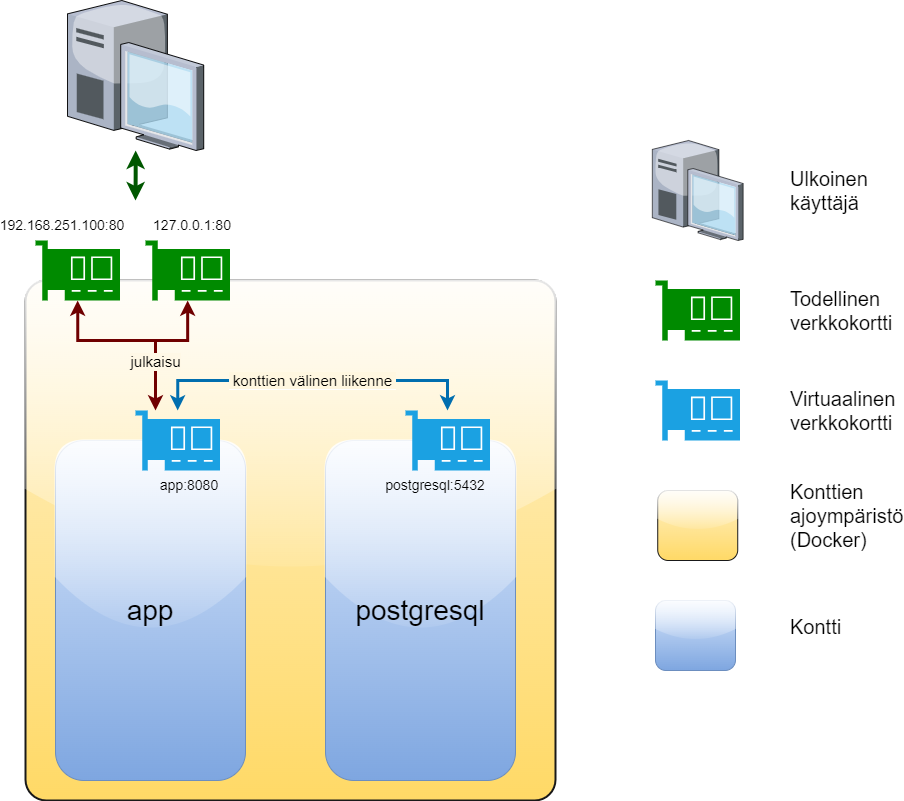
Above: docs/pictures/DockerBridgedNW.png in Raision-seudun-koulutuskuntayhtyma/DockerKontit (draw.io), before the change. Source tidied: cells renumbered, new cells last; positions are measured from the earlier drawing's top-left corner, leaving out a move shared by most shapes.
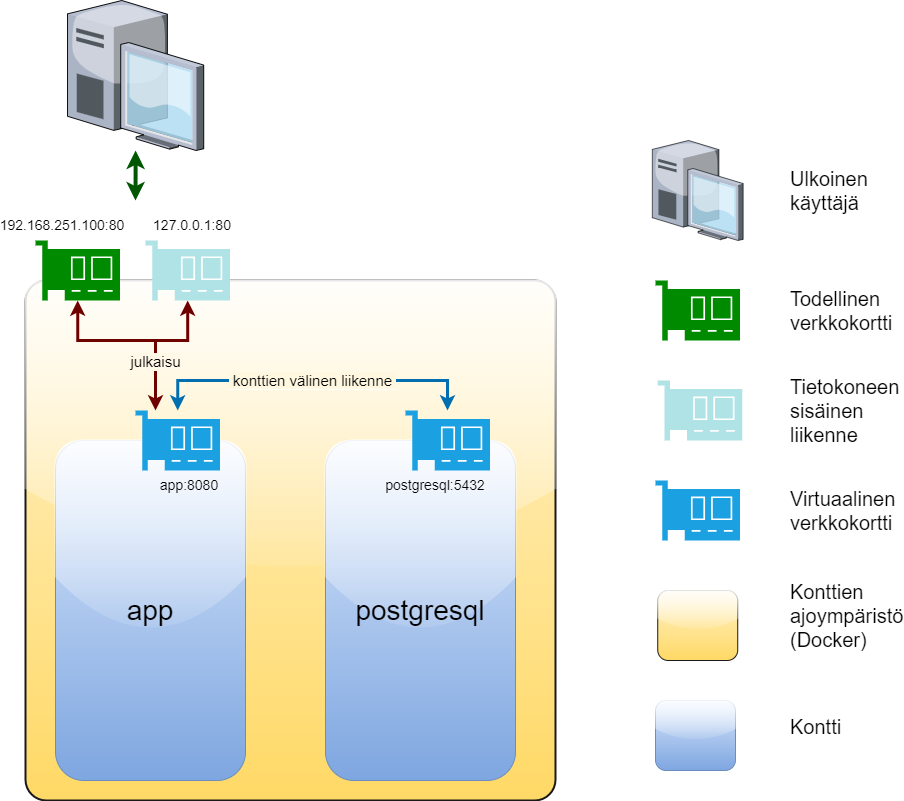
The same file after the commit.

Diff of the diagram source:
```diff
@@ -30,7 +30,7 @@
         </Array>
       </mxGeometry>
     </mxCell>
-    <mxCell id="7" style="sketch=0;shadow=0;dashed=0;html=1;strokeColor=#005700;fillColor=#008a00;labelPosition=center;verticalLabelPosition=bottom;verticalAlign=top;align=center;outlineConnect=0;shape=mxgraph.veeam2.network_card;fontColor=#ffffff;" parent="1" vertex="1">
+    <mxCell id="7" style="sketch=0;shadow=0;dashed=0;html=1;strokeColor=#0e8088;fillColor=#b0e3e6;labelPosition=center;verticalLabelPosition=bottom;verticalAlign=top;align=center;outlineConnect=0;shape=mxgraph.veeam2.network_card;" parent="1" vertex="1">
       <mxGeometry x="120" y="240" width="84.4" height="60" as="geometry" />
     </mxCell>
     <mxCell id="8" value="&lt;font style=&quot;font-size: 28px;&quot;&gt;app&lt;/font&gt;" style="rounded=1;whiteSpace=wrap;html=1;fillColor=#dae8fc;gradientColor=#7ea6e0;strokeColor=#6c8ebf;glass=1;" parent="1" vertex="1">
@@ -69,13 +69,13 @@
       <mxGeometry x="630" y="280" width="84.4" height="60" as="geometry" />
     </mxCell>
     <mxCell id="18" style="sketch=0;shadow=0;dashed=0;html=1;strokeColor=#006EAF;fillColor=#1ba1e2;labelPosition=center;verticalLabelPosition=bottom;verticalAlign=top;align=center;shape=mxgraph.veeam2.network_card;fontColor=#ffffff;" parent="1" vertex="1">
-      <mxGeometry x="630" y="380" width="84.4" height="60" as="geometry" />
+      <mxGeometry x="630" y="480" width="84.4" height="60" as="geometry" />
     </mxCell>
     <mxCell id="19" value="&lt;font style=&quot;font-size: 20px;&quot;&gt;Todellinen verkkokortti&lt;/font&gt;" style="text;html=1;strokeColor=none;fillColor=none;align=left;verticalAlign=middle;whiteSpace=wrap;rounded=0;fontSize=11;fontFamily=Helvetica;fontColor=default;" parent="1" vertex="1">
       <mxGeometry x="763" y="295" width="60" height="30" as="geometry" />
     </mxCell>
     <mxCell id="20" value="&lt;font style=&quot;font-size: 20px;&quot;&gt;Virtuaalinen verkkokortti&lt;/font&gt;" style="text;html=1;strokeColor=none;fillColor=none;align=left;verticalAlign=middle;whiteSpace=wrap;rounded=0;fontSize=11;fontFamily=Helvetica;fontColor=default;" parent="1" vertex="1">
-      <mxGeometry x="763" y="395" width="60" height="30" as="geometry" />
+      <mxGeometry x="763" y="495" width="60" height="30" as="geometry" />
     </mxCell>
     <mxCell id="21" style="edgeStyle=orthogonalEdgeStyle;shape=connector;rounded=0;jettySize=auto;html=1;labelBackgroundColor=default;strokeColor=#005700;fontFamily=Helvetica;fontSize=11;fontColor=default;endArrow=classic;fillColor=#008a00;strokeWidth=4;startArrow=classic;startFill=1;" parent="1" edge="1" source="22">
       <mxGeometry relative="1" as="geometry">
@@ -92,16 +92,22 @@
       <mxGeometry x="763" y="175" width="60" height="30" as="geometry" />
     </mxCell>
     <mxCell id="25" style="rounded=1;whiteSpace=wrap;html=1;glass=1;fillColor=#fff2cc;gradientColor=#ffd966;strokeColor=#191919;" parent="1" vertex="1">
-      <mxGeometry x="632.2" y="490" width="80" height="70" as="geometry" />
+      <mxGeometry x="632.2" y="590" width="80" height="70" as="geometry" />
     </mxCell>
     <mxCell id="26" value="&lt;font style=&quot;font-size: 20px;&quot;&gt;Konttien ajoympäristö (Docker)&lt;/font&gt;" style="text;html=1;strokeColor=none;fillColor=none;align=left;verticalAlign=middle;whiteSpace=wrap;rounded=0;fontSize=11;fontFamily=Helvetica;fontColor=default;" parent="1" vertex="1">
-      <mxGeometry x="763" y="500" width="60" height="30" as="geometry" />
+      <mxGeometry x="763" y="600" width="60" height="30" as="geometry" />
     </mxCell>
     <mxCell id="27" style="rounded=1;whiteSpace=wrap;html=1;glass=1;fillColor=#dae8fc;gradientColor=#7ea6e0;strokeColor=#6c8ebf;" parent="1" vertex="1">
-      <mxGeometry x="630" y="600" width="80" height="70" as="geometry" />
+      <mxGeometry x="630" y="700" width="80" height="70" as="geometry" />
     </mxCell>
     <mxCell id="28" value="&lt;font style=&quot;font-size: 20px;&quot;&gt;Kontti&lt;/font&gt;" style="text;html=1;strokeColor=none;fillColor=none;align=left;verticalAlign=middle;whiteSpace=wrap;rounded=0;fontSize=11;fontFamily=Helvetica;fontColor=default;" parent="1" vertex="1">
-      <mxGeometry x="763" y="611" width="60" height="30" as="geometry" />
+      <mxGeometry x="763" y="711" width="60" height="30" as="geometry" />
     </mxCell>
+    <mxCell id="29" style="sketch=0;shadow=0;dashed=0;html=1;strokeColor=#0e8088;fillColor=#b0e3e6;labelPosition=center;verticalLabelPosition=bottom;verticalAlign=top;align=center;shape=mxgraph.veeam2.network_card;" parent="1" vertex="1">
+      <mxGeometry x="632.2" y="380" width="84.4" height="60" as="geometry" />
+    </mxCell>
+    <mxCell id="30" value="&lt;span style=&quot;font-size: 20px;&quot;&gt;Tietokoneen&lt;br&gt;sisäinen liikenne&lt;br&gt;&lt;/span&gt;" style="text;html=1;strokeColor=none;fillColor=none;align=left;verticalAlign=middle;whiteSpace=wrap;rounded=0;fontSize=11;fontFamily=Helvetica;fontColor=default;" parent="1" vertex="1">
+      <mxGeometry x="763" y="395" width="60" height="30" as="geometry" />
+    </mxCell>
   </root>
 </mxGraphModel>
```
